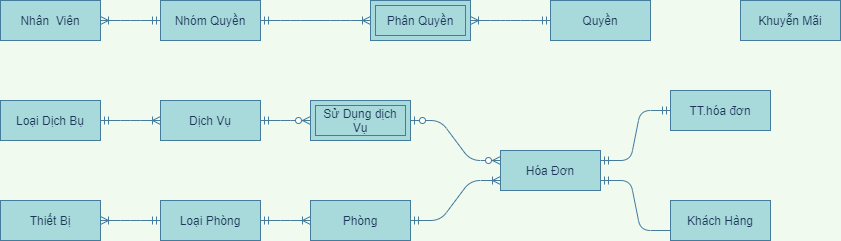
The draw.io diagram EntityRelationship-QLKS.png in maialino123/QLKS, before a commit. Source tidied: cells renumbered, new cells last; positions are measured from the earlier drawing's top-left corner, leaving out a move shared by most shapes.
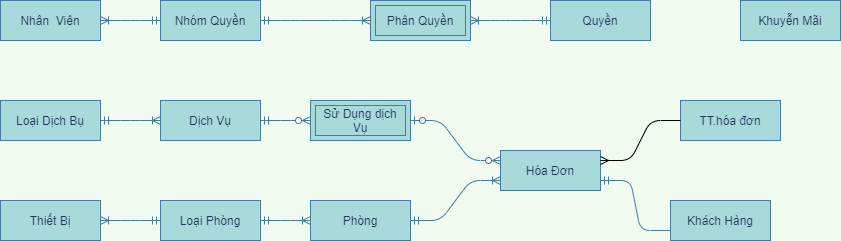
Above is the later version.

The edit, as a diff of the source:
```diff
@@ -72,10 +72,10 @@
       <mxGeometry relative="1" as="geometry" />
     </mxCell>
     <mxCell id="25" value="TT.hóa đơn" style="whiteSpace=wrap;html=1;align=center;rounded=0;sketch=0;strokeColor=#457B9D;fillColor=#A8DADC;fontColor=#1D3557;" parent="1" vertex="1">
-      <mxGeometry x="670" y="90" width="100" height="40" as="geometry" />
+      <mxGeometry x="680" y="100" width="100" height="40" as="geometry" />
     </mxCell>
-    <mxCell id="26" style="edgeStyle=entityRelationEdgeStyle;fontSize=12;html=1;endArrow=ERmandOne;startArrow=ERmandOne;entryX=0;entryY=0.5;entryDx=0;entryDy=0;exitX=1;exitY=0.25;exitDx=0;exitDy=0;labelBackgroundColor=#F1FAEE;strokeColor=#457B9D;fontColor=#1D3557;" parent="1" edge="1" source="20" target="25">
-      <mxGeometry relative="1" as="geometry" />
-    </mxCell>
+    <mxCell id="27" style="edgeStyle=entityRelationEdgeStyle;fontSize=12;html=1;endArrow=ERmany;exitX=0;exitY=0.5;exitDx=0;exitDy=0;entryX=1;entryY=0.25;entryDx=0;entryDy=0;" parent="1" edge="1" source="25" target="20">
+      <mxGeometry relative="1" as="geometry" />
+    </mxCell>
   </root>
 </mxGraphModel>
```
